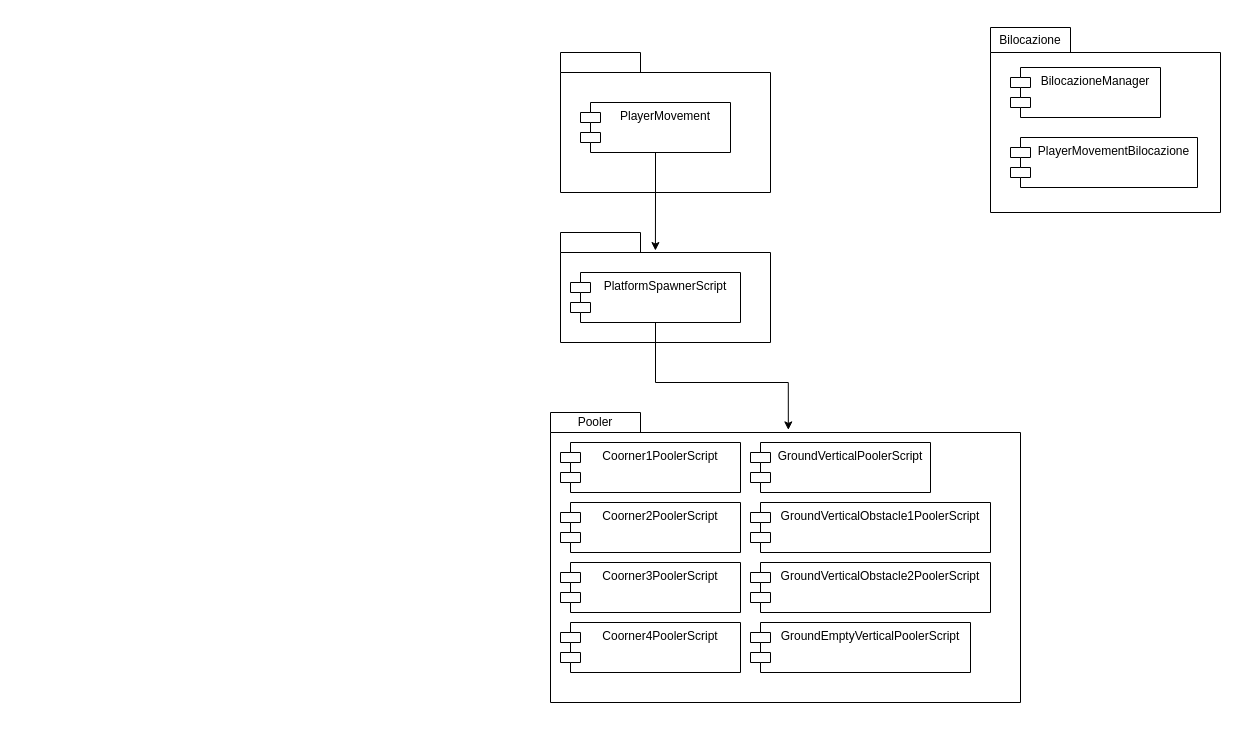
The draw.io diagram Diagrams/Untitled Diagram.drawio in f94f/Progetto-CGM-8.2-EndlessRunner, before the edit. Source tidied: cells renumbered, new cells numbered last; positions are measured from the earlier drawing's top-left corner, leaving out a move shared by most shapes. Both pictures are drawn from the tidied source at 100%, with x=0, y=0 at pixel (550, 27).
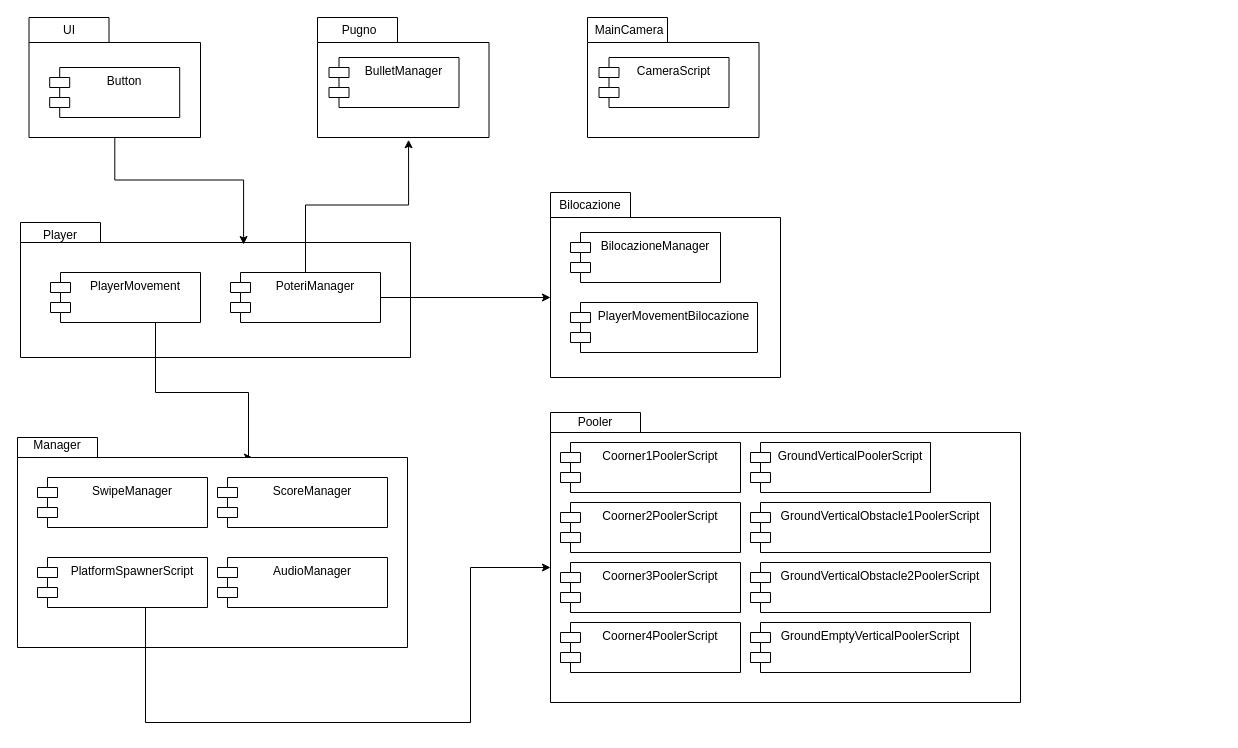
The same diagram, later.

The change refers to these unchanged cells:
```xml
<mxCell id="2" style="shape=folder;fontStyle=1;spacingTop=10;tabWidth=90;tabHeight=20;tabPosition=left;html=1;" parent="1" vertex="1">
  <mxGeometry y="385" width="470" height="290" as="geometry" />
</mxCell>
```

Diff of the diagram source:
```diff
@@
     <mxCell id="12" style="shape=folder;fontStyle=1;spacingTop=10;tabWidth=80;tabHeight=25;tabPosition=left;html=1;" parent="1" vertex="1">
-      <mxGeometry x="440" width="230" height="185" as="geometry" />
+      <mxGeometry y="165" width="230" height="185" as="geometry" />
     </mxCell>
     <mxCell id="13" value="BilocazioneManager" style="shape=module;align=left;spacingLeft=20;align=center;verticalAlign=top;" parent="1" vertex="1">
-      <mxGeometry x="460" y="40" width="150" height="50" as="geometry" />
+      <mxGeometry x="20" y="205" width="150" height="50" as="geometry" />
     </mxCell>
     <mxCell id="14" value="PlayerMovementBilocazione" style="shape=module;align=left;spacingLeft=20;align=center;verticalAlign=top;" parent="1" vertex="1">
-      <mxGeometry x="460" y="110" width="187" height="50" as="geometry" />
+      <mxGeometry x="20" y="275" width="187" height="50" as="geometry" />
     </mxCell>
     <mxCell id="15" style="shape=folder;fontStyle=1;spacingTop=10;tabWidth=80;tabHeight=20;tabPosition=left;html=1;" parent="1" vertex="1">
-      <mxGeometry x="10" y="25" width="210" height="140" as="geometry" />
+      <mxGeometry x="-530" y="195" width="390" height="135" as="geometry" />
     </mxCell>
-    <mxCell id="16" style="edgeStyle=orthogonalEdgeStyle;rounded=0;jettySize=auto;html=1;entryX=0.452;entryY=0.164;entryDx=0;entryDy=0;entryPerimeter=0;" parent="1" edge="1" source="17" target="18">
-      <mxGeometry relative="1" as="geometry" />
-    </mxCell>
+    <mxCell id="22" style="edgeStyle=orthogonalEdgeStyle;rounded=0;jettySize=auto;html=1;entryX=0;entryY=0;entryDx=235;entryDy=20;entryPerimeter=0;" parent="1" edge="1" source="17" target="27">
+      <mxGeometry relative="1" as="geometry">
+        <Array as="points">
+          <mxPoint x="-395" y="365" />
+          <mxPoint x="-302" y="365" />
+          <mxPoint x="-302" y="430" />
+        </Array>
+      </mxGeometry>
+    </mxCell>
     <mxCell id="17" value="PlayerMovement" style="shape=module;align=left;spacingLeft=20;align=center;verticalAlign=top;" parent="1" vertex="1">
-      <mxGeometry x="30" y="75" width="150" height="50" as="geometry" />
+      <mxGeometry x="-500" y="245" width="150" height="50" as="geometry" />
     </mxCell>
-    <mxCell id="18" style="shape=folder;fontStyle=1;spacingTop=10;tabWidth=80;tabHeight=20;tabPosition=left;html=1;" parent="1" vertex="1">
-      <mxGeometry x="10" y="205" width="210" height="110" as="geometry" />
-    </mxCell>
+    <mxCell id="21" value="Bilocazione" style="text;html=1;strokeColor=none;fillColor=none;align=center;verticalAlign=middle;whiteSpace=wrap;rounded=0;" parent="1" vertex="1">
+      <mxGeometry y="165" width="80" height="25" as="geometry" />
+    </mxCell>
+    <mxCell id="23" style="edgeStyle=orthogonalEdgeStyle;rounded=0;jettySize=auto;html=1;entryX=0;entryY=0;entryDx=0;entryDy=105;entryPerimeter=0;" parent="1" edge="1" source="25" target="12">
+      <mxGeometry relative="1" as="geometry" />
+    </mxCell>
+    <mxCell id="24" style="edgeStyle=orthogonalEdgeStyle;rounded=0;jettySize=auto;html=1;entryX=0.531;entryY=1.019;entryDx=0;entryDy=0;entryPerimeter=0;" parent="1" edge="1" source="25" target="39">
+      <mxGeometry relative="1" as="geometry" />
+    </mxCell>
+    <mxCell id="25" value="PoteriManager" style="shape=module;align=left;spacingLeft=20;align=center;verticalAlign=top;" parent="1" vertex="1">
+      <mxGeometry x="-320" y="245" width="150" height="50" as="geometry" />
+    </mxCell>
+    <mxCell id="26" value="Player" style="text;html=1;strokeColor=none;fillColor=none;align=center;verticalAlign=middle;whiteSpace=wrap;rounded=0;" parent="1" vertex="1">
+      <mxGeometry x="-530" y="195" width="80" height="25" as="geometry" />
+    </mxCell>
+    <mxCell id="27" style="shape=folder;fontStyle=1;spacingTop=10;tabWidth=80;tabHeight=20;tabPosition=left;html=1;" parent="1" vertex="1">
+      <mxGeometry x="-533" y="410" width="390" height="210" as="geometry" />
+    </mxCell>
+    <mxCell id="20" value="PlatformSpawnerScript" style="shape=module;align=left;spacingLeft=20;align=center;verticalAlign=top;" parent="1" vertex="1">
+      <mxGeometry x="-513" y="530" width="170" height="50" as="geometry" />
+    </mxCell>
+    <mxCell id="28" value="Manager" style="text;html=1;strokeColor=none;fillColor=none;align=center;verticalAlign=middle;whiteSpace=wrap;rounded=0;" parent="1" vertex="1">
+      <mxGeometry x="-533" y="400" width="80" height="35" as="geometry" />
+    </mxCell>
+    <mxCell id="29" value="SwipeManager" style="shape=module;align=left;spacingLeft=20;align=center;verticalAlign=top;" parent="1" vertex="1">
+      <mxGeometry x="-513" y="450" width="170" height="50" as="geometry" />
+    </mxCell>
+    <mxCell id="30" value="ScoreManager" style="shape=module;align=left;spacingLeft=20;align=center;verticalAlign=top;" parent="1" vertex="1">
+      <mxGeometry x="-333" y="450" width="170" height="50" as="geometry" />
+    </mxCell>
+    <mxCell id="31" value="AudioManager" style="shape=module;align=left;spacingLeft=20;align=center;verticalAlign=top;" parent="1" vertex="1">
+      <mxGeometry x="-333" y="530" width="170" height="50" as="geometry" />
+    </mxCell>
-    <mxCell id="19" style="edgeStyle=orthogonalEdgeStyle;rounded=0;jettySize=auto;html=1;entryX=0.506;entryY=0.06;entryDx=0;entryDy=0;entryPerimeter=0;" parent="1" edge="1" source="20" target="2">
+    <mxCell id="19" style="edgeStyle=orthogonalEdgeStyle;rounded=0;jettySize=auto;html=1;entryX=0;entryY=0;entryDx=0;entryDy=155;entryPerimeter=0;" parent="1" edge="1" source="20" target="2">
       <mxGeometry relative="1" as="geometry">
         <Array as="points">
-          <mxPoint x="105" y="355" />
-          <mxPoint x="238" y="355" />
+          <mxPoint x="-405" y="695" />
+          <mxPoint x="-80" y="695" />
+          <mxPoint x="-80" y="540" />
         </Array>
       </mxGeometry>
     </mxCell>
-    <mxCell id="20" value="PlatformSpawnerScript" style="shape=module;align=left;spacingLeft=20;align=center;verticalAlign=top;" parent="1" vertex="1">
-      <mxGeometry x="20" y="245" width="170" height="50" as="geometry" />
-    </mxCell>
-    <mxCell id="21" value="Bilocazione" style="text;html=1;strokeColor=none;fillColor=none;align=center;verticalAlign=middle;whiteSpace=wrap;rounded=0;" parent="1" vertex="1">
-      <mxGeometry x="440" width="80" height="25" as="geometry" />
-    </mxCell>
+    <mxCell id="32" style="shape=folder;fontStyle=1;spacingTop=10;tabWidth=80;tabHeight=25;tabPosition=left;html=1;" parent="1" vertex="1">
+      <mxGeometry x="37" y="-10" width="171.5" height="120" as="geometry" />
+    </mxCell>
+    <mxCell id="33" value="MainCamera" style="text;html=1;strokeColor=none;fillColor=none;align=center;verticalAlign=middle;whiteSpace=wrap;rounded=0;" parent="1" vertex="1">
+      <mxGeometry x="38.5" y="-10" width="80" height="25" as="geometry" />
+    </mxCell>
+    <mxCell id="34" value="CameraScript" style="shape=module;align=left;spacingLeft=20;align=center;verticalAlign=top;" parent="1" vertex="1">
+      <mxGeometry x="48.5" y="30" width="130" height="50" as="geometry" />
+    </mxCell>
+    <mxCell id="35" style="edgeStyle=orthogonalEdgeStyle;rounded=0;jettySize=auto;html=1;entryX=0.572;entryY=0.163;entryDx=0;entryDy=0;entryPerimeter=0;" parent="1" edge="1" source="36" target="15">
+      <mxGeometry relative="1" as="geometry" />
+    </mxCell>
+    <mxCell id="36" style="shape=folder;fontStyle=1;spacingTop=10;tabWidth=80;tabHeight=25;tabPosition=left;html=1;" parent="1" vertex="1">
+      <mxGeometry x="-521.5" y="-10" width="171.5" height="120" as="geometry" />
+    </mxCell>
+    <mxCell id="37" value="UI" style="text;html=1;strokeColor=none;fillColor=none;align=center;verticalAlign=middle;whiteSpace=wrap;rounded=0;" parent="1" vertex="1">
+      <mxGeometry x="-521.5" y="-10" width="80" height="25" as="geometry" />
+    </mxCell>
+    <mxCell id="38" value="Button" style="shape=module;align=left;spacingLeft=20;align=center;verticalAlign=top;" parent="1" vertex="1">
+      <mxGeometry x="-500.8" y="40" width="130" height="50" as="geometry" />
+    </mxCell>
+    <mxCell id="39" style="shape=folder;fontStyle=1;spacingTop=10;tabWidth=80;tabHeight=25;tabPosition=left;html=1;" parent="1" vertex="1">
+      <mxGeometry x="-233" y="-10" width="171.5" height="120" as="geometry" />
+    </mxCell>
+    <mxCell id="40" value="Pugno" style="text;html=1;strokeColor=none;fillColor=none;align=center;verticalAlign=middle;whiteSpace=wrap;rounded=0;" parent="1" vertex="1">
+      <mxGeometry x="-231.5" y="-10" width="80" height="25" as="geometry" />
+    </mxCell>
+    <mxCell id="41" value="BulletManager" style="shape=module;align=left;spacingLeft=20;align=center;verticalAlign=top;" parent="1" vertex="1">
+      <mxGeometry x="-221.5" y="30" width="130" height="50" as="geometry" />
+    </mxCell>
```
